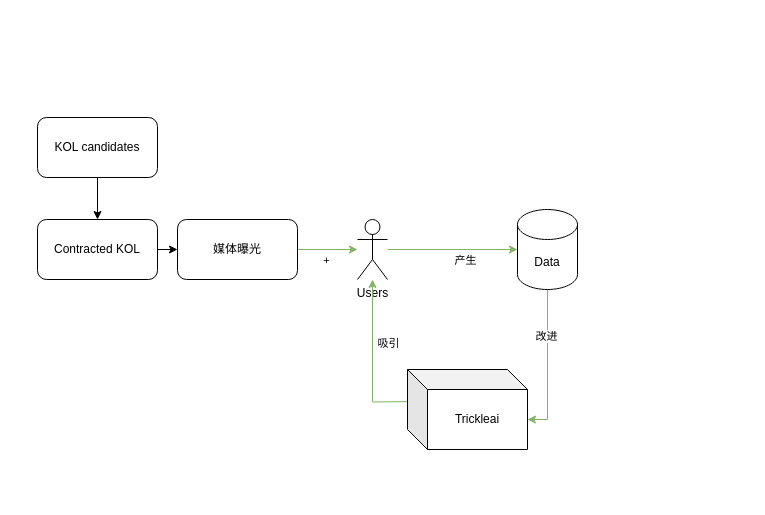
This is projects/startup.drawio from warren-wupeng/my-notes, a draw.io file, before an edit. Source tidied: cells renumbered, new cells numbered last; positions are measured from the earlier drawing's top-left corner, leaving out a move shared by most shapes. Both pictures are drawn from the tidied source at 100%, with x=0, y=0 at pixel (37, 117).
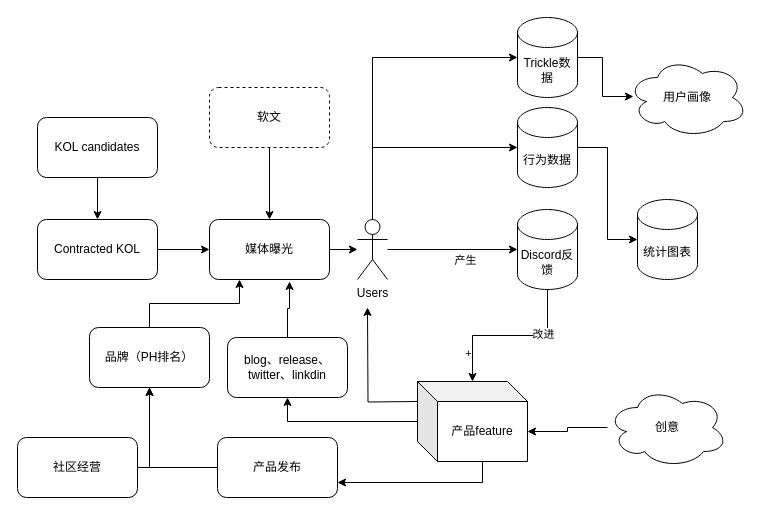
After the change.

Unchanged cells that the change refers to:
```xml
<mxCell id="2" value="Users" style="shape=umlActor;verticalLabelPosition=bottom;verticalAlign=top;html=1;outlineConnect=0;" parent="1" vertex="1">
  <mxGeometry x="320" y="102" width="30" height="60" as="geometry" />
</mxCell>
```

Diff of the diagram source:
```diff
@@
-    <mxCell id="3" style="edgeStyle=orthogonalEdgeStyle;rounded=0;jettySize=auto;html=1;fillColor=#d5e8d4;strokeColor=#82b366;" parent="1" edge="1" source="5" target="2">
+    <mxCell id="3" style="edgeStyle=orthogonalEdgeStyle;rounded=0;jettySize=auto;html=1;" parent="1" edge="1" source="5" target="2">
       <mxGeometry relative="1" as="geometry" />
     </mxCell>
-    <mxCell id="4" value="+" style="edgeLabel;html=1;align=center;verticalAlign=middle;" parent="3" vertex="1">
-      <mxGeometry x="-0.06" relative="1" as="geometry">
-        <mxPoint y="10" as="offset" />
-      </mxGeometry>
-    </mxCell>
     <mxCell id="5" value="媒体曝光" style="rounded=1;whiteSpace=wrap;html=1;" parent="1" vertex="1">
-      <mxGeometry x="140" y="102" width="120" height="60" as="geometry" />
+      <mxGeometry x="172" y="102" width="120" height="60" as="geometry" />
     </mxCell>
@@
-    <mxCell id="8" style="edgeStyle=orthogonalEdgeStyle;rounded=0;jettySize=auto;html=1;fillColor=#d5e8d4;strokeColor=#82b366;" parent="1" edge="1" target="2">
+    <mxCell id="8" style="edgeStyle=orthogonalEdgeStyle;rounded=0;orthogonalLoop=1;jettySize=auto;html=1;" parent="1" edge="1">
       <mxGeometry relative="1" as="geometry">
         <mxPoint x="380" y="284" as="sourcePoint" />
+        <mxPoint x="330" y="190" as="targetPoint" />
       </mxGeometry>
     </mxCell>
-    <mxCell id="9" value="吸引" style="edgeLabel;html=1;align=center;verticalAlign=middle;" parent="8" vertex="1">
-      <mxGeometry x="0.26" y="1" relative="1" as="geometry">
-        <mxPoint x="16" y="2" as="offset" />
-      </mxGeometry>
-    </mxCell>
-    <mxCell id="10" style="endArrow=classic;html=1;rounded=0;entryX=0;entryY=0.5;entryDx=0;entryDy=0;fillColor=#d5e8d4;strokeColor=#82b366;entryPerimeter=0;" parent="1" edge="1" source="2" target="15">
+    <mxCell id="10" style="endArrow=classic;html=1;rounded=0;entryX=0;entryY=0.5;entryDx=0;entryDy=0;entryPerimeter=0;" parent="1" edge="1" source="2" target="15">
       <mxGeometry relative="1" as="geometry" />
     </mxCell>
@@
-    <mxCell id="12" style="edgeStyle=orthogonalEdgeStyle;rounded=0;jettySize=auto;html=1;exitX=0.5;exitY=1;exitDx=0;exitDy=0;entryX=0;entryY=0;entryDx=120;entryDy=50;entryPerimeter=0;fillColor=#d5e8d4;strokeColor=#82b366;exitPerimeter=0;" parent="1" edge="1" source="15" target="16">
+    <mxCell id="12" style="edgeStyle=orthogonalEdgeStyle;rounded=0;jettySize=auto;html=1;exitX=0.5;exitY=1;exitDx=0;exitDy=0;exitPerimeter=0;" parent="1" edge="1" source="15" target="16">
       <mxGeometry relative="1" as="geometry" />
     </mxCell>
@@
-    <mxCell id="15" value="Data" style="shape=cylinder3;whiteSpace=wrap;html=1;boundedLbl=1;backgroundOutline=1;size=15;" parent="1" vertex="1">
+    <mxCell id="15" value="Discord反馈" style="shape=cylinder3;whiteSpace=wrap;html=1;boundedLbl=1;backgroundOutline=1;size=15;" parent="1" vertex="1">
       <mxGeometry x="480" y="92" width="60" height="80" as="geometry" />
     </mxCell>
+    <mxCell id="19" style="edgeStyle=orthogonalEdgeStyle;rounded=0;jettySize=auto;html=1;entryX=1;entryY=0.75;entryDx=0;entryDy=0;exitX=0;exitY=0;exitDx=65;exitDy=80;exitPerimeter=0;" parent="1" edge="1" source="16" target="34">
+      <mxGeometry relative="1" as="geometry" />
+    </mxCell>
+    <mxCell id="20" style="edgeStyle=orthogonalEdgeStyle;rounded=0;jettySize=auto;html=1;entryX=0.5;entryY=1;entryDx=0;entryDy=0;" parent="1" edge="1" source="16" target="38">
+      <mxGeometry relative="1" as="geometry" />
+    </mxCell>
-    <mxCell id="16" value="Trickleai" style="shape=cube;whiteSpace=wrap;html=1;boundedLbl=1;backgroundOutline=1;darkOpacity=0.05;darkOpacity2=0.1;" parent="1" vertex="1">
-      <mxGeometry x="370" y="252" width="120" height="80" as="geometry" />
+    <mxCell id="16" value="产品feature" style="shape=cube;whiteSpace=wrap;html=1;boundedLbl=1;backgroundOutline=1;darkOpacity=0.05;darkOpacity2=0.1;" parent="1" vertex="1">
+      <mxGeometry x="380" y="264" width="110" height="80" as="geometry" />
     </mxCell>
@@
+    <mxCell id="21" style="edgeStyle=orthogonalEdgeStyle;rounded=0;jettySize=auto;html=1;entryX=0.25;entryY=1;entryDx=0;entryDy=0;" parent="1" edge="1" source="22" target="5">
+      <mxGeometry relative="1" as="geometry" />
+    </mxCell>
+    <mxCell id="22" value="品牌（PH排名）" style="rounded=1;whiteSpace=wrap;html=1;" parent="1" vertex="1">
+      <mxGeometry x="52" y="210" width="120" height="60" as="geometry" />
+    </mxCell>
+    <mxCell id="23" value="行为数据" style="shape=cylinder3;whiteSpace=wrap;html=1;boundedLbl=1;backgroundOutline=1;size=15;" parent="1" vertex="1">
+      <mxGeometry x="480" y="-10" width="60" height="80" as="geometry" />
+    </mxCell>
+    <mxCell id="24" style="edgeStyle=orthogonalEdgeStyle;rounded=0;jettySize=auto;html=1;entryX=0;entryY=0.5;entryDx=0;entryDy=0;entryPerimeter=0;" parent="1" edge="1" source="2" target="23">
+      <mxGeometry relative="1" as="geometry">
+        <Array as="points">
+          <mxPoint x="335" y="30" />
+        </Array>
+      </mxGeometry>
+    </mxCell>
+    <mxCell id="25" value="统计图表" style="shape=cylinder3;whiteSpace=wrap;html=1;boundedLbl=1;backgroundOutline=1;size=15;" parent="1" vertex="1">
+      <mxGeometry x="600" y="82" width="60" height="80" as="geometry" />
+    </mxCell>
+    <mxCell id="26" style="edgeStyle=orthogonalEdgeStyle;rounded=0;jettySize=auto;html=1;entryX=0;entryY=0.5;entryDx=0;entryDy=0;entryPerimeter=0;" parent="1" edge="1" source="23" target="25">
+      <mxGeometry relative="1" as="geometry" />
+    </mxCell>
+    <mxCell id="27" value="Trickle数据" style="shape=cylinder3;whiteSpace=wrap;html=1;boundedLbl=1;backgroundOutline=1;size=15;" parent="1" vertex="1">
+      <mxGeometry x="480" y="-100" width="60" height="80" as="geometry" />
+    </mxCell>
+    <mxCell id="28" style="edgeStyle=orthogonalEdgeStyle;rounded=0;jettySize=auto;html=1;entryX=0;entryY=0.5;entryDx=0;entryDy=0;entryPerimeter=0;" parent="1" edge="1" source="2" target="27">
+      <mxGeometry relative="1" as="geometry">
+        <Array as="points">
+          <mxPoint x="335" y="-60" />
+        </Array>
+      </mxGeometry>
+    </mxCell>
+    <mxCell id="29" value="用户画像" style="ellipse;shape=cloud;whiteSpace=wrap;html=1;" parent="1" vertex="1">
+      <mxGeometry x="590" y="-60" width="120" height="80" as="geometry" />
+    </mxCell>
+    <mxCell id="30" style="edgeStyle=orthogonalEdgeStyle;rounded=0;jettySize=auto;html=1;entryX=0.05;entryY=0.488;entryDx=0;entryDy=0;entryPerimeter=0;" parent="1" edge="1" source="27" target="29">
+      <mxGeometry relative="1" as="geometry" />
+    </mxCell>
+    <mxCell id="31" style="edgeStyle=orthogonalEdgeStyle;rounded=0;jettySize=auto;html=1;exitX=1;exitY=0.5;exitDx=0;exitDy=0;entryX=0.5;entryY=1;entryDx=0;entryDy=0;" parent="1" edge="1" source="32" target="22">
+      <mxGeometry relative="1" as="geometry">
+        <Array as="points">
+          <mxPoint x="112" y="350" />
+        </Array>
+      </mxGeometry>
+    </mxCell>
+    <mxCell id="32" value="社区经营" style="rounded=1;whiteSpace=wrap;html=1;" parent="1" vertex="1">
+      <mxGeometry x="-20" y="320" width="120" height="60" as="geometry" />
+    </mxCell>
+    <mxCell id="33" style="edgeStyle=orthogonalEdgeStyle;rounded=0;jettySize=auto;html=1;entryX=0.5;entryY=1;entryDx=0;entryDy=0;" parent="1" edge="1" source="34" target="22">
+      <mxGeometry relative="1" as="geometry" />
+    </mxCell>
+    <mxCell id="34" value="产品发布" style="rounded=1;whiteSpace=wrap;html=1;" parent="1" vertex="1">
+      <mxGeometry x="180" y="320" width="120" height="60" as="geometry" />
+    </mxCell>
+    <mxCell id="35" style="edgeStyle=orthogonalEdgeStyle;rounded=0;jettySize=auto;html=1;entryX=0.5;entryY=0;entryDx=0;entryDy=0;" parent="1" edge="1" source="36" target="5">
+      <mxGeometry relative="1" as="geometry" />
+    </mxCell>
+    <mxCell id="36" value="软文" style="rounded=1;whiteSpace=wrap;html=1;dashed=1;" parent="1" vertex="1">
+      <mxGeometry x="172" y="-30" width="120" height="60" as="geometry" />
+    </mxCell>
+    <mxCell id="37" style="edgeStyle=orthogonalEdgeStyle;rounded=0;jettySize=auto;html=1;entryX=0.667;entryY=1.033;entryDx=0;entryDy=0;entryPerimeter=0;" parent="1" edge="1" source="38" target="5">
+      <mxGeometry relative="1" as="geometry" />
+    </mxCell>
+    <mxCell id="38" value="blog、release、twitter、linkdin" style="rounded=1;whiteSpace=wrap;html=1;" parent="1" vertex="1">
+      <mxGeometry x="190" y="220" width="120" height="60" as="geometry" />
+    </mxCell>
+    <mxCell id="39" value="创意" style="ellipse;shape=cloud;whiteSpace=wrap;html=1;" parent="1" vertex="1">
+      <mxGeometry x="570" y="270" width="120" height="80" as="geometry" />
+    </mxCell>
+    <mxCell id="40" style="edgeStyle=orthogonalEdgeStyle;rounded=0;jettySize=auto;html=1;entryX=0;entryY=0;entryDx=110;entryDy=50;entryPerimeter=0;" parent="1" edge="1" source="39" target="16">
+      <mxGeometry relative="1" as="geometry" />
+    </mxCell>
```
